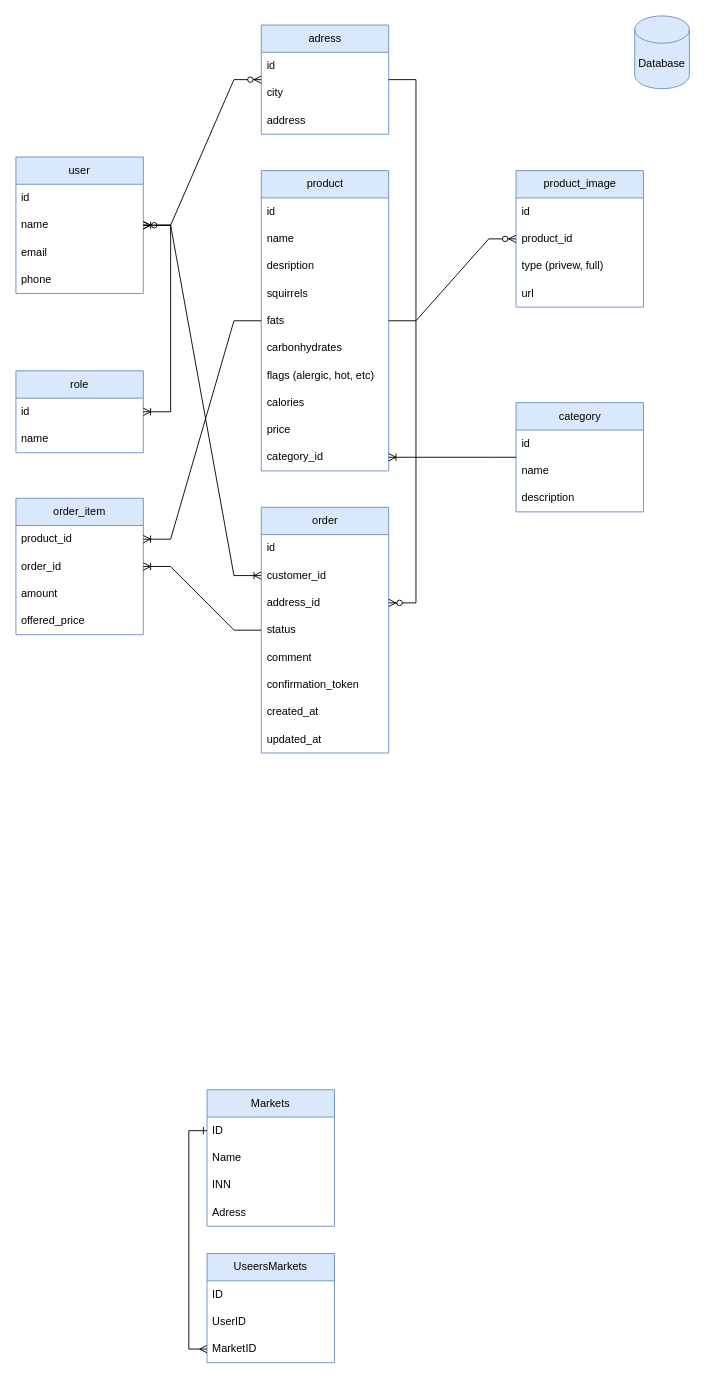
drewp1ter/aphrodite-backend keeps this draw.io diagram as page "Database" (2 of 4) of aphrodite.drawio. Above is the earlier version. Source tidied: cells renumbered, new cells numbered last; positions are measured from the earlier drawing's top-left corner, leaving out a move shared by most shapes. Both pictures are drawn from the tidied source at 91%, with x=0, y=0 at pixel (15, 15).
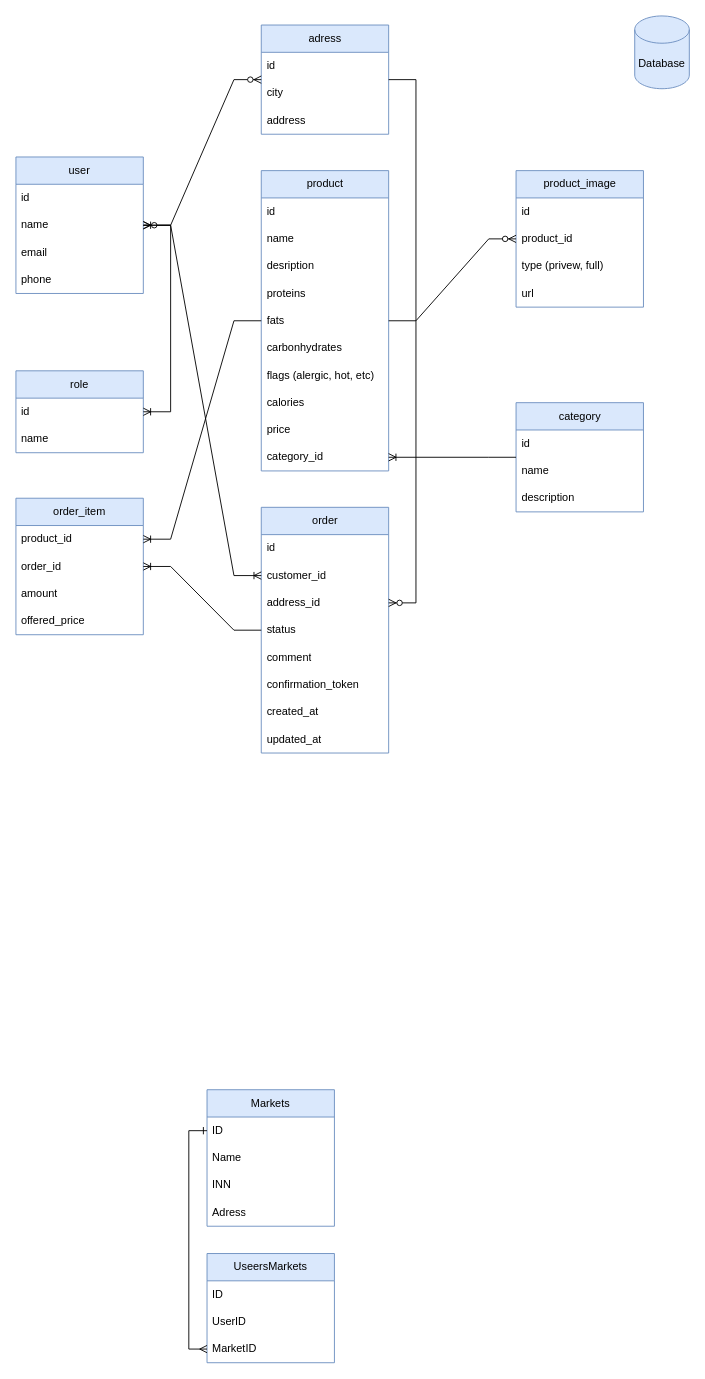
The same page after the edit.

The change refers to these unchanged cells:
```xml
<mxCell id="3" value="product" style="swimlane;fontStyle=0;horizontal=1;startSize=30;whiteSpace=wrap;html=1;fillColor=#dae8fc;strokeColor=#6c8ebf;" parent="1" vertex="1">
  <mxGeometry x="269.6" y="170" width="140" height="330" as="geometry" />
</mxCell>
```

Diff of the diagram source:
```diff
@@
-    <mxCell id="7" value="squirrels" style="text;strokeColor=none;fillColor=none;align=left;verticalAlign=middle;spacingLeft=4;spacingRight=4;overflow=hidden;whiteSpace=wrap;html=1;" parent="3" vertex="1">
+    <mxCell id="7" value="proteins" style="text;strokeColor=none;fillColor=none;align=left;verticalAlign=middle;spacingLeft=4;spacingRight=4;overflow=hidden;whiteSpace=wrap;html=1;" parent="3" vertex="1">
       <mxGeometry y="120" width="140" height="30" as="geometry" />
     </mxCell>
```
